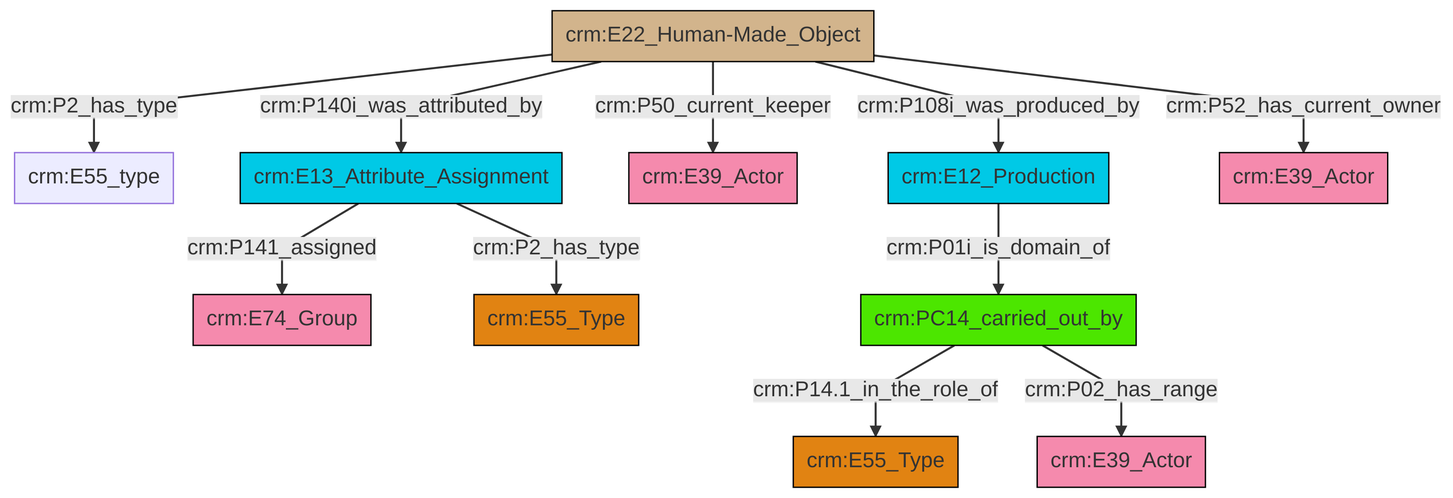
swiss-art-research-net/docs.swissartresearch keeps this Mermaid diagram as et/artworkCSV/ttl/mmd/png/Artwork_Actor_Relations.png. Above is the earlier version. Its source is kept beside it as et/artworkCSV/ttl/mmd/Artwork_Actor_Relations.ttl.mmd.
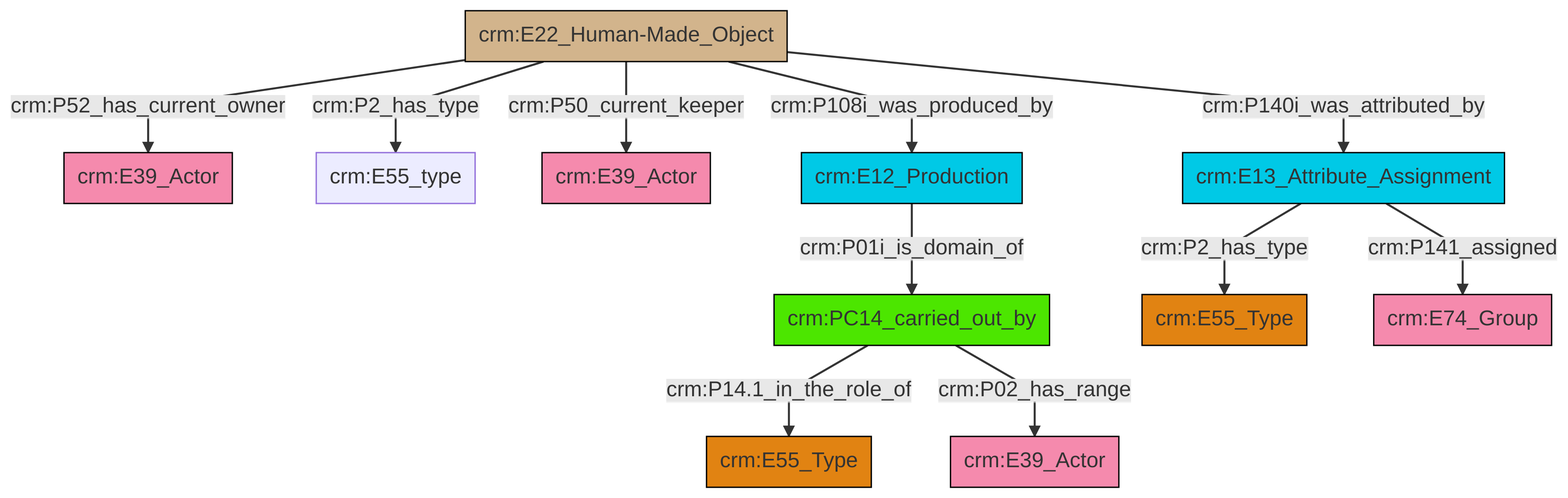
After the change.

What changed in the source:
```diff
@@ -13,13 +13,13 @@
 classDef PC_Classes fill:#4ce600, stroke:#000000;
 classDef Multi fill:#cccccc,stroke:#000000;
 
-2["crm:E22_Human-Made_Object"]:::Physical_Thing -->|crm:P2_has_type| 3["crm:E55_type"]:::Default
-2["crm:E22_Human-Made_Object"]:::Physical_Thing -->|crm:P140i_was_attributed_by| 4["crm:E13_Attribute_Assignment"]:::Temporal_Entity
-2["crm:E22_Human-Made_Object"]:::Physical_Thing -->|crm:P50_current_keeper| 8["crm:E39_Actor"]:::Actor
-9["crm:PC14_carried_out_by"]:::PC_Classes -->|crm:P14.1_in_the_role_of| 10["crm:E55_Type"]:::Type
-2["crm:E22_Human-Made_Object"]:::Physical_Thing -->|crm:P108i_was_produced_by| 12["crm:E12_Production"]:::Temporal_Entity
-4["crm:E13_Attribute_Assignment"]:::Temporal_Entity -->|crm:P141_assigned| 5["crm:E74_Group"]:::Actor
-4["crm:E13_Attribute_Assignment"]:::Temporal_Entity -->|crm:P2_has_type| 14["crm:E55_Type"]:::Type
-2["crm:E22_Human-Made_Object"]:::Physical_Thing -->|crm:P52_has_current_owner| 0["crm:E39_Actor"]:::Actor
-12["crm:E12_Production"]:::Temporal_Entity -->|crm:P01i_is_domain_of| 9["crm:PC14_carried_out_by"]:::PC_Classes
-9["crm:PC14_carried_out_by"]:::PC_Classes -->|crm:P02_has_range| 18["crm:E39_Actor"]:::Actor
+4["crm:PC14_carried_out_by"]:::PC_Classes -->|crm:P14.1_in_the_role_of| 5["crm:E55_Type"]:::Type
+4["crm:PC14_carried_out_by"]:::PC_Classes -->|crm:P02_has_range| 6["crm:E39_Actor"]:::Actor
+9["crm:E22_Human-Made_Object"]:::Physical_Thing -->|crm:P50_current_keeper| 10["crm:E39_Actor"]:::Actor
+9["crm:E22_Human-Made_Object"]:::Physical_Thing -->|crm:P140i_was_attributed_by| 11["crm:E13_Attribute_Assignment"]:::Temporal_Entity
+11["crm:E13_Attribute_Assignment"]:::Temporal_Entity -->|crm:P141_assigned| 16["crm:E74_Group"]:::Actor
+19["crm:E12_Production"]:::Temporal_Entity -->|crm:P01i_is_domain_of| 4["crm:PC14_carried_out_by"]:::PC_Classes
+11["crm:E13_Attribute_Assignment"]:::Temporal_Entity -->|crm:P2_has_type| 13["crm:E55_Type"]:::Type
+9["crm:E22_Human-Made_Object"]:::Physical_Thing -->|crm:P2_has_type| 2["crm:E55_type"]:::Default
+9["crm:E22_Human-Made_Object"]:::Physical_Thing -->|crm:P108i_was_produced_by| 19["crm:E12_Production"]:::Temporal_Entity
+9["crm:E22_Human-Made_Object"]:::Physical_Thing -->|crm:P52_has_current_owner| 0["crm:E39_Actor"]:::Actor
```
